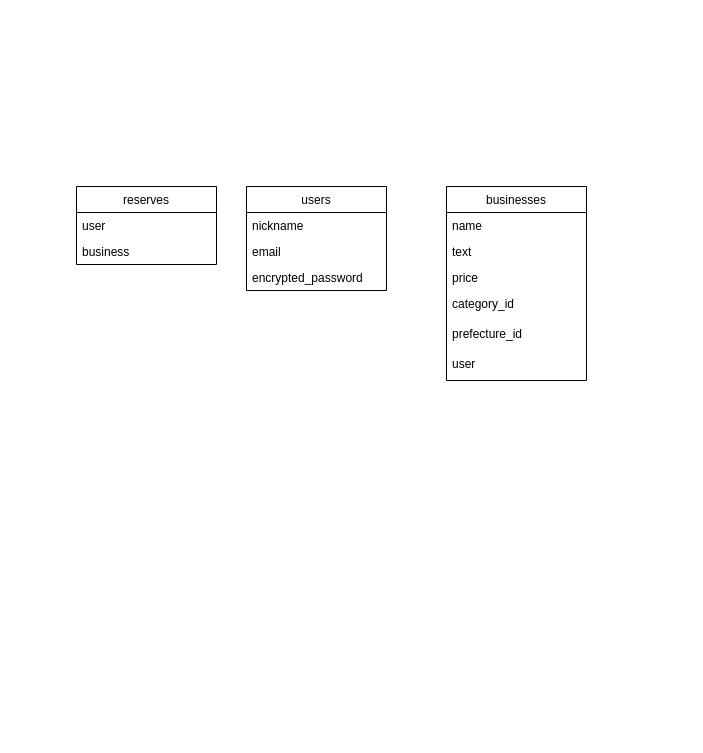
Above: feeleru.dio in nadakichi/feeleru-2022 (draw.io), before the change. Source tidied: cells renumbered, new cells numbered last; positions are measured from the earlier drawing's top-left corner, leaving out a move shared by most shapes. Both pictures are drawn from the tidied source at 100%, with x=0, y=0 at pixel (76, 186).
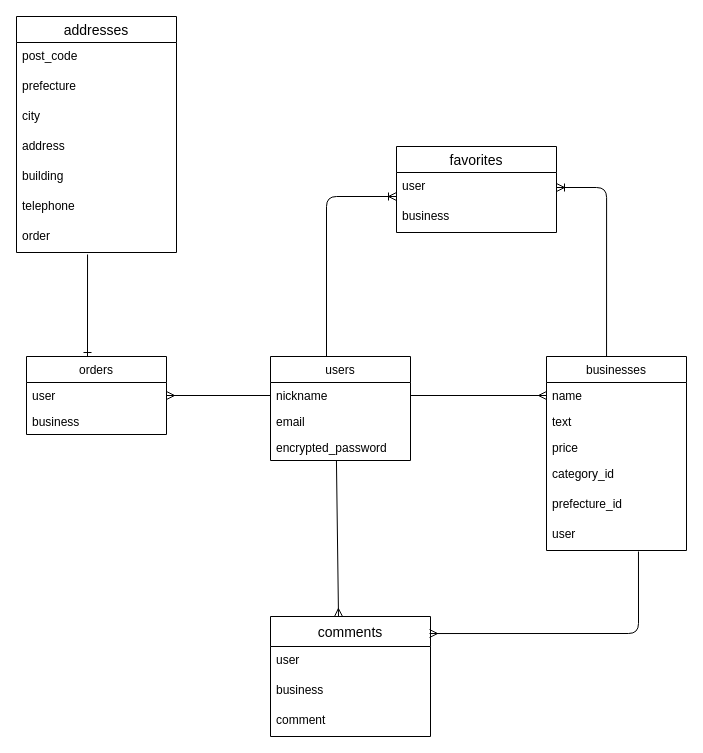
The same diagram, later.

Unchanged cells that the change refers to:
```xml
<mxCell id="3" value="nickname" style="text;strokeColor=none;fillColor=none;align=left;verticalAlign=top;spacingLeft=4;spacingRight=4;overflow=hidden;points=[[0,0.5],[1,0.5]];portConstraint=eastwest;" parent="2" vertex="1">
  <mxGeometry y="26" width="140" height="26" as="geometry" />
</mxCell>
<mxCell id="5" value="encrypted_password" style="text;strokeColor=none;fillColor=none;align=left;verticalAlign=top;spacingLeft=4;spacingRight=4;overflow=hidden;points=[[0,0.5],[1,0.5]];portConstraint=eastwest;" parent="2" vertex="1">
  <mxGeometry y="78" width="140" height="26" as="geometry" />
</mxCell>
<mxCell id="7" value="name&#10;" style="text;strokeColor=none;fillColor=none;align=left;verticalAlign=top;spacingLeft=4;spacingRight=4;overflow=hidden;points=[[0,0.5],[1,0.5]];portConstraint=eastwest;" parent="6" vertex="1">
  <mxGeometry y="26" width="140" height="26" as="geometry" />
</mxCell>
<mxCell id="12" value="user" style="text;strokeColor=none;fillColor=none;align=left;verticalAlign=top;spacingLeft=4;spacingRight=4;overflow=hidden;points=[[0,0.5],[1,0.5]];portConstraint=eastwest;" parent="6" vertex="1">
  <mxGeometry y="164" width="140" height="30" as="geometry" />
</mxCell>
<mxCell id="14" value="user" style="text;strokeColor=none;fillColor=none;align=left;verticalAlign=top;spacingLeft=4;spacingRight=4;overflow=hidden;points=[[0,0.5],[1,0.5]];portConstraint=eastwest;" parent="13" vertex="1">
  <mxGeometry y="26" width="140" height="26" as="geometry" />
</mxCell>
```

The edit, as a diff of the source:
```diff
@@
     <mxCell id="2" value="users" style="swimlane;fontStyle=0;horizontal=1;startSize=26;fillColor=none;" parent="1" vertex="1">
-      <mxGeometry x="170" width="140" height="104" as="geometry" />
+      <mxGeometry x="194" y="170" width="140" height="104" as="geometry" />
     </mxCell>
@@
     <mxCell id="6" value="businesses" style="swimlane;fontStyle=0;horizontal=1;startSize=26;fillColor=none;" parent="1" vertex="1">
-      <mxGeometry x="370" width="140" height="194" as="geometry" />
+      <mxGeometry x="470" y="170" width="140" height="194" as="geometry" />
     </mxCell>
@@
-    <mxCell id="13" value="reserves" style="swimlane;fontStyle=0;horizontal=1;startSize=26;fillColor=none;" parent="1" vertex="1">
-      <mxGeometry width="140" height="78" as="geometry" />
+    <mxCell id="13" value="orders" style="swimlane;fontStyle=0;horizontal=1;startSize=26;fillColor=none;" parent="1" vertex="1">
+      <mxGeometry x="-50" y="170" width="140" height="78" as="geometry" />
     </mxCell>
@@
+    <mxCell id="16" style="fontSize=12;html=1;endArrow=ERmany;exitX=0;exitY=0.5;exitDx=0;exitDy=0;entryX=1;entryY=0.5;entryDx=0;entryDy=0;" parent="1" edge="1" source="3" target="14">
+      <mxGeometry relative="1" as="geometry" />
+    </mxCell>
+    <mxCell id="17" style="fontSize=12;html=1;endArrow=ERmany;entryX=0;entryY=0.5;entryDx=0;entryDy=0;exitX=1;exitY=0.5;exitDx=0;exitDy=0;" parent="1" edge="1" source="3" target="7">
+      <mxGeometry relative="1" as="geometry" />
+    </mxCell>
+    <mxCell id="18" value="comments" style="swimlane;fontStyle=0;horizontal=1;startSize=30;align=center;fontSize=14;" parent="1" vertex="1">
+      <mxGeometry x="194" y="430" width="160" height="120" as="geometry" />
+    </mxCell>
+    <mxCell id="19" value="user" style="text;strokeColor=none;fillColor=none;spacingLeft=4;spacingRight=4;overflow=hidden;fontSize=12;" parent="18" vertex="1">
+      <mxGeometry y="30" width="160" height="30" as="geometry" />
+    </mxCell>
+    <mxCell id="20" value="business" style="text;strokeColor=none;fillColor=none;spacingLeft=4;spacingRight=4;overflow=hidden;fontSize=12;" parent="18" vertex="1">
+      <mxGeometry y="60" width="160" height="30" as="geometry" />
+    </mxCell>
+    <mxCell id="21" value="comment" style="text;strokeColor=none;fillColor=none;spacingLeft=4;spacingRight=4;overflow=hidden;fontSize=12;" parent="18" vertex="1">
+      <mxGeometry y="90" width="160" height="30" as="geometry" />
+    </mxCell>
+    <mxCell id="22" style="fontSize=12;html=1;endArrow=ERmany;exitX=0.471;exitY=1;exitDx=0;exitDy=0;exitPerimeter=0;entryX=0.425;entryY=0;entryDx=0;entryDy=0;entryPerimeter=0;" parent="1" edge="1" source="5" target="18">
+      <mxGeometry relative="1" as="geometry" />
+    </mxCell>
+    <mxCell id="23" style="fontSize=12;html=1;endArrow=ERmany;elbow=vertical;entryX=0.994;entryY=0.142;entryDx=0;entryDy=0;entryPerimeter=0;edgeStyle=orthogonalEdgeStyle;exitX=0.657;exitY=1.033;exitDx=0;exitDy=0;exitPerimeter=0;" parent="1" edge="1" source="12" target="18">
+      <mxGeometry relative="1" as="geometry" />
+    </mxCell>
+    <mxCell id="24" value="addresses" style="swimlane;fontStyle=0;horizontal=1;startSize=26;align=center;fontSize=14;" parent="1" vertex="1">
+      <mxGeometry x="-60" y="-170" width="160" height="236" as="geometry" />
+    </mxCell>
+    <mxCell id="25" value="post_code" style="text;strokeColor=none;fillColor=none;spacingLeft=4;spacingRight=4;overflow=hidden;fontSize=12;" parent="24" vertex="1">
+      <mxGeometry y="26" width="160" height="30" as="geometry" />
+    </mxCell>
+    <mxCell id="26" value="prefecture" style="text;strokeColor=none;fillColor=none;spacingLeft=4;spacingRight=4;overflow=hidden;fontSize=12;" parent="24" vertex="1">
+      <mxGeometry y="56" width="160" height="30" as="geometry" />
+    </mxCell>
+    <mxCell id="27" value="city" style="text;strokeColor=none;fillColor=none;spacingLeft=4;spacingRight=4;overflow=hidden;fontSize=12;" parent="24" vertex="1">
+      <mxGeometry y="86" width="160" height="30" as="geometry" />
+    </mxCell>
+    <mxCell id="28" value="address" style="text;strokeColor=none;fillColor=none;spacingLeft=4;spacingRight=4;overflow=hidden;fontSize=12;" parent="24" vertex="1">
+      <mxGeometry y="116" width="160" height="30" as="geometry" />
+    </mxCell>
+    <mxCell id="29" value="building" style="text;strokeColor=none;fillColor=none;spacingLeft=4;spacingRight=4;overflow=hidden;fontSize=12;" parent="24" vertex="1">
+      <mxGeometry y="146" width="160" height="30" as="geometry" />
+    </mxCell>
+    <mxCell id="30" value="telephone" style="text;strokeColor=none;fillColor=none;spacingLeft=4;spacingRight=4;overflow=hidden;fontSize=12;" parent="24" vertex="1">
+      <mxGeometry y="176" width="160" height="30" as="geometry" />
+    </mxCell>
+    <mxCell id="31" value="order" style="text;strokeColor=none;fillColor=none;spacingLeft=4;spacingRight=4;overflow=hidden;points=[[0,0.5],[1,0.5]];portConstraint=eastwest;fontSize=12;" parent="24" vertex="1">
+      <mxGeometry y="206" width="160" height="30" as="geometry" />
+    </mxCell>
+    <mxCell id="32" style="fontSize=12;html=1;endArrow=ERone;endFill=1;elbow=vertical;exitX=0.444;exitY=1.067;exitDx=0;exitDy=0;exitPerimeter=0;" parent="1" edge="1" source="31">
+      <mxGeometry relative="1" as="geometry">
+        <mxPoint x="11" y="170" as="targetPoint" />
+      </mxGeometry>
+    </mxCell>
+    <mxCell id="33" value="favorites" style="swimlane;fontStyle=0;horizontal=1;startSize=26;align=center;fontSize=14;" parent="1" vertex="1">
+      <mxGeometry x="320" y="-40" width="160" height="86" as="geometry" />
+    </mxCell>
+    <mxCell id="34" value="user" style="text;strokeColor=none;fillColor=none;spacingLeft=4;spacingRight=4;overflow=hidden;points=[[0,0.5],[1,0.5]];portConstraint=eastwest;fontSize=12;" parent="33" vertex="1">
+      <mxGeometry y="26" width="160" height="30" as="geometry" />
+    </mxCell>
+    <mxCell id="35" value="business" style="text;strokeColor=none;fillColor=none;spacingLeft=4;spacingRight=4;overflow=hidden;fontSize=12;" parent="33" vertex="1">
+      <mxGeometry y="56" width="160" height="30" as="geometry" />
+    </mxCell>
+    <mxCell id="36" style="fontSize=12;html=1;endArrow=ERoneToMany;elbow=vertical;edgeStyle=orthogonalEdgeStyle;" parent="1" edge="1">
+      <mxGeometry relative="1" as="geometry">
+        <mxPoint x="250" y="170" as="sourcePoint" />
+        <mxPoint x="320" y="10" as="targetPoint" />
+        <Array as="points">
+          <mxPoint x="250" y="10" />
+        </Array>
+      </mxGeometry>
+    </mxCell>
+    <mxCell id="37" style="fontSize=12;html=1;endArrow=ERoneToMany;elbow=vertical;exitX=0.429;exitY=0;exitDx=0;exitDy=0;exitPerimeter=0;edgeStyle=orthogonalEdgeStyle;entryX=1;entryY=0.5;entryDx=0;entryDy=0;" parent="1" edge="1" source="6" target="34">
+      <mxGeometry relative="1" as="geometry" />
+    </mxCell>
```
